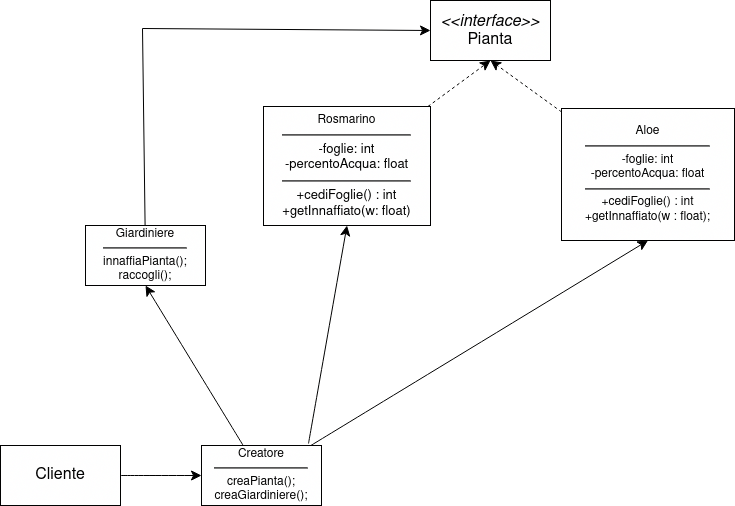
Earlier version of the draw.io export y23-24-ids/programmi/ProjectGarden/plantScheme.drawio.png (belligerentcrow/ids_unict). Source tidied: cells renumbered, new cells last; positions are measured from the earlier drawing's top-left corner, leaving out a move shared by most shapes.
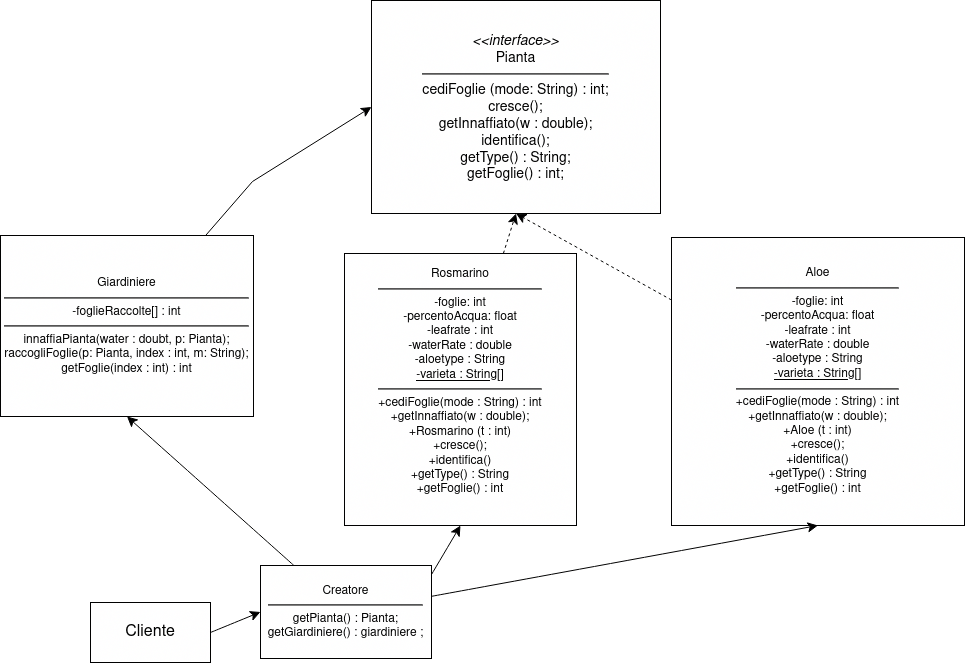
Later version of the same file.

What changed in the source:
```diff
@@ -2,11 +2,11 @@
   <root>
     <mxCell id="0" />
     <mxCell id="1" parent="0" />
-    <mxCell id="2" value="&lt;div&gt;&lt;i&gt;&lt;font style=&quot;font-size: 16px;&quot;&gt;&amp;lt;&amp;lt;interface&amp;gt;&amp;gt;&lt;br&gt;&lt;/font&gt;&lt;/i&gt;&lt;/div&gt;&lt;div&gt;&lt;font style=&quot;font-size: 16px;&quot;&gt;Pianta&lt;/font&gt;&lt;/div&gt;" style="rounded=0;whiteSpace=wrap;html=1;" parent="1" vertex="1">
-      <mxGeometry x="430" width="120" height="60" as="geometry" />
+    <mxCell id="2" value="&lt;div style=&quot;font-size: 14px;&quot;&gt;&lt;font style=&quot;font-size: 14px;&quot;&gt;&lt;i&gt;&lt;font style=&quot;font-size: 14px;&quot;&gt;&amp;lt;&amp;lt;interface&amp;gt;&amp;gt;&lt;br&gt;&lt;/font&gt;&lt;/i&gt;&lt;/font&gt;&lt;/div&gt;&lt;div style=&quot;font-size: 14px;&quot;&gt;&lt;font style=&quot;font-size: 14px;&quot;&gt;Pianta&lt;/font&gt;&lt;/div&gt;&lt;div style=&quot;font-size: 14px;&quot;&gt;&lt;hr&gt;&lt;font style=&quot;font-size: 14px;&quot;&gt;cediFoglie (mode: String) : int;&lt;/font&gt;&lt;/div&gt;&lt;div style=&quot;font-size: 14px;&quot;&gt;&lt;font style=&quot;font-size: 14px;&quot;&gt;cresce();&lt;/font&gt;&lt;/div&gt;&lt;div style=&quot;font-size: 14px;&quot;&gt;&lt;font style=&quot;font-size: 14px;&quot;&gt;getInnaffiato(w : double);&lt;/font&gt;&lt;/div&gt;&lt;div style=&quot;font-size: 14px;&quot;&gt;&lt;font style=&quot;font-size: 14px;&quot;&gt;identifica();&lt;/font&gt;&lt;/div&gt;&lt;div style=&quot;font-size: 14px;&quot;&gt;&lt;font style=&quot;font-size: 14px;&quot;&gt;getType() : String;&lt;/font&gt;&lt;/div&gt;&lt;div style=&quot;font-size: 14px;&quot;&gt;&lt;font style=&quot;font-size: 14px;&quot;&gt;getFoglie() : int;&lt;br&gt;&lt;/font&gt;&lt;/div&gt;" style="rounded=0;whiteSpace=wrap;html=1;" parent="1" vertex="1">
+      <mxGeometry x="261" y="-153" width="289" height="213" as="geometry" />
     </mxCell>
     <mxCell id="3" value="&lt;font style=&quot;font-size: 16px;&quot;&gt;Cliente&lt;/font&gt;" style="rounded=0;whiteSpace=wrap;html=1;" parent="1" vertex="1">
-      <mxGeometry y="445" width="120" height="60" as="geometry" />
+      <mxGeometry x="-20" y="449" width="120" height="60" as="geometry" />
     </mxCell>
     <mxCell id="4" style="endArrow=classic;html=1;rounded=0;fontSize=12;startSize=8;endSize=8;curved=1;entryX=0;entryY=0.5;entryDx=0;entryDy=0;exitX=1;exitY=0.5;exitDx=0;exitDy=0;" parent="1" edge="1" source="3" target="12">
       <mxGeometry relative="1" as="geometry" />
@@ -14,14 +14,14 @@
     <mxCell id="5" style="edgeStyle=none;curved=0;rounded=0;jettySize=auto;html=1;entryX=0.5;entryY=1;entryDx=0;entryDy=0;fontSize=12;startSize=8;endSize=8;dashed=1;" parent="1" edge="1" source="6" target="2">
       <mxGeometry relative="1" as="geometry" />
     </mxCell>
-    <mxCell id="6" value="&lt;div&gt;&lt;font style=&quot;font-size: 12px;&quot;&gt;Rosmarino&lt;/font&gt;&lt;br&gt;&lt;hr&gt;&lt;font style=&quot;font-size: 13px;&quot;&gt;-foglie: int&lt;/font&gt;&lt;/div&gt;&lt;div&gt;&lt;font style=&quot;font-size: 13px;&quot;&gt;-percentoAcqua: float&lt;br&gt;&lt;/font&gt;&lt;/div&gt;&lt;div style=&quot;font-size: 13px;&quot;&gt;&lt;hr&gt;+cediFoglie() : int&lt;font style=&quot;font-size: 13px;&quot;&gt;&lt;br&gt;&lt;/font&gt;&lt;/div&gt;&lt;div style=&quot;font-size: 13px;&quot;&gt;&lt;font style=&quot;font-size: 13px;&quot;&gt;+getInnaffiato(w: float)&lt;br&gt;&lt;/font&gt;&lt;/div&gt;" style="rounded=0;whiteSpace=wrap;html=1;spacing=0;" parent="1" vertex="1">
-      <mxGeometry x="263" y="106" width="167" height="119" as="geometry" />
+    <mxCell id="6" value="&lt;div style=&quot;&quot;&gt;&lt;font style=&quot;font-size: 12px;&quot;&gt;Rosmarino&lt;/font&gt;&lt;br&gt;&lt;div&gt;&lt;hr&gt;&lt;font style=&quot;font-size: 12px;&quot;&gt;-foglie: int&lt;/font&gt;&lt;/div&gt;&lt;div&gt;&lt;font style=&quot;font-size: 12px;&quot;&gt;-percentoAcqua: float&lt;/font&gt;&lt;/div&gt;&lt;div&gt;&lt;font style=&quot;font-size: 12px;&quot;&gt;-leafrate : int&lt;/font&gt;&lt;/div&gt;&lt;div&gt;&lt;font style=&quot;font-size: 12px;&quot;&gt;-waterRate : double&lt;/font&gt;&lt;/div&gt;&lt;div&gt;&lt;font style=&quot;font-size: 12px;&quot;&gt;-aloetype : String&lt;/font&gt;&lt;/div&gt;&lt;div&gt;&lt;font style=&quot;font-size: 12px;&quot;&gt;&lt;u&gt;-varieta : String[]&lt;br&gt;&lt;/u&gt;&lt;/font&gt;&lt;/div&gt;&lt;div&gt;&lt;hr&gt;+cediFoglie(mode : String) : int&lt;font style=&quot;font-size: 12px;&quot;&gt;&lt;br&gt;&lt;/font&gt;&lt;/div&gt;&lt;div&gt;&lt;font style=&quot;font-size: 12px;&quot;&gt;+getInnaffiato(w : double);&lt;br&gt;&lt;/font&gt;&lt;/div&gt;&lt;div&gt;&lt;font style=&quot;font-size: 12px;&quot;&gt;+Rosmarino (t : int)&lt;/font&gt;&lt;/div&gt;&lt;div&gt;&lt;font style=&quot;font-size: 12px;&quot;&gt;+cresce();&lt;/font&gt;&lt;/div&gt;&lt;div&gt;&lt;font style=&quot;font-size: 12px;&quot;&gt;+identifica()&lt;/font&gt;&lt;/div&gt;&lt;div&gt;&lt;font style=&quot;font-size: 12px;&quot;&gt;+getType() : String&lt;/font&gt;&lt;/div&gt;&lt;div&gt;&lt;font style=&quot;font-size: 12px;&quot;&gt;+getFoglie() : int&lt;br&gt;&lt;br&gt;&lt;/font&gt;&lt;/div&gt;&lt;/div&gt;" style="rounded=0;html=1;spacing=0;whiteSpace=wrap;" parent="1" vertex="1">
+      <mxGeometry x="234" y="100" width="232" height="272" as="geometry" />
     </mxCell>
     <mxCell id="7" style="edgeStyle=none;curved=1;rounded=0;jettySize=auto;html=1;entryX=0.5;entryY=1;entryDx=0;entryDy=0;fontSize=12;startSize=8;endSize=8;dashed=1;" parent="1" edge="1" source="8" target="2">
       <mxGeometry relative="1" as="geometry" />
     </mxCell>
-    <mxCell id="8" value="&lt;div&gt;&lt;font style=&quot;font-size: 12px;&quot;&gt;Aloe&lt;br&gt;&lt;/font&gt;&lt;/div&gt;&lt;div&gt;&lt;hr&gt;&lt;font style=&quot;font-size: 12px;&quot;&gt;-foglie: int&lt;/font&gt;&lt;/div&gt;&lt;div&gt;&lt;font style=&quot;font-size: 12px;&quot;&gt;-percentoAcqua: float&lt;br&gt;&lt;/font&gt;&lt;/div&gt;&lt;div&gt;&lt;hr&gt;+cediFoglie() : int&lt;font style=&quot;font-size: 12px;&quot;&gt;&lt;br&gt;&lt;/font&gt;&lt;/div&gt;&lt;div&gt;&lt;font style=&quot;font-size: 12px;&quot;&gt;+getInnaffiato(w : float);&lt;br&gt;&lt;/font&gt;&lt;/div&gt;" style="rounded=0;whiteSpace=wrap;html=1;spacing=0;" parent="1" vertex="1">
-      <mxGeometry x="561" y="108" width="173" height="132" as="geometry" />
+    <mxCell id="8" value="&lt;div&gt;&lt;font style=&quot;font-size: 12px;&quot;&gt;Aloe&lt;br&gt;&lt;/font&gt;&lt;/div&gt;&lt;div&gt;&lt;hr&gt;&lt;font style=&quot;font-size: 12px;&quot;&gt;-foglie: int&lt;/font&gt;&lt;/div&gt;&lt;div&gt;&lt;font style=&quot;font-size: 12px;&quot;&gt;-percentoAcqua: float&lt;/font&gt;&lt;/div&gt;&lt;div&gt;&lt;font style=&quot;font-size: 12px;&quot;&gt;-leafrate : int&lt;/font&gt;&lt;/div&gt;&lt;div&gt;&lt;font style=&quot;font-size: 12px;&quot;&gt;-waterRate : double&lt;/font&gt;&lt;/div&gt;&lt;div&gt;&lt;font style=&quot;font-size: 12px;&quot;&gt;-aloetype : String&lt;/font&gt;&lt;/div&gt;&lt;div&gt;&lt;font style=&quot;font-size: 12px;&quot;&gt;&lt;u&gt;-varieta : String[]&lt;br&gt;&lt;/u&gt;&lt;/font&gt;&lt;/div&gt;&lt;div&gt;&lt;hr&gt;+cediFoglie(mode : String) : int&lt;font style=&quot;font-size: 12px;&quot;&gt;&lt;br&gt;&lt;/font&gt;&lt;/div&gt;&lt;div&gt;&lt;font style=&quot;font-size: 12px;&quot;&gt;+getInnaffiato(w : double);&lt;br&gt;&lt;/font&gt;&lt;/div&gt;&lt;div&gt;&lt;font style=&quot;font-size: 12px;&quot;&gt;+Aloe (t : int)&lt;/font&gt;&lt;/div&gt;&lt;div&gt;&lt;font style=&quot;font-size: 12px;&quot;&gt;+cresce();&lt;/font&gt;&lt;/div&gt;&lt;div&gt;&lt;font style=&quot;font-size: 12px;&quot;&gt;+identifica()&lt;/font&gt;&lt;/div&gt;&lt;div&gt;&lt;font style=&quot;font-size: 12px;&quot;&gt;+getType() : String&lt;/font&gt;&lt;/div&gt;&lt;div&gt;&lt;font style=&quot;font-size: 12px;&quot;&gt;+getFoglie() : int&lt;/font&gt;&lt;/div&gt;" style="rounded=0;whiteSpace=wrap;html=1;spacing=0;" parent="1" vertex="1">
+      <mxGeometry x="561" y="84" width="293" height="288" as="geometry" />
     </mxCell>
     <mxCell id="9" style="edgeStyle=none;curved=1;rounded=0;jettySize=auto;html=1;fontSize=12;startSize=8;endSize=8;entryX=0.5;entryY=1;entryDx=0;entryDy=0;" parent="1" edge="1" source="12" target="14">
       <mxGeometry relative="1" as="geometry" />
@@ -34,8 +34,8 @@
     <mxCell id="11" style="edgeStyle=none;curved=1;rounded=0;jettySize=auto;html=1;entryX=0.5;entryY=1;entryDx=0;entryDy=0;fontSize=12;startSize=8;endSize=8;" parent="1" edge="1" source="12" target="8">
       <mxGeometry relative="1" as="geometry" />
     </mxCell>
-    <mxCell id="12" value="&lt;div&gt;Creatore&lt;/div&gt;&lt;div&gt;&lt;hr&gt;creaPianta();&lt;/div&gt;&lt;div&gt;creaGiardiniere();&lt;br&gt;&lt;/div&gt;" style="rounded=0;whiteSpace=wrap;html=1;" parent="1" vertex="1">
-      <mxGeometry x="201" y="445" width="120" height="60" as="geometry" />
+    <mxCell id="12" value="&lt;div&gt;Creatore&lt;/div&gt;&lt;div&gt;&lt;hr&gt;getPianta() : Pianta;&lt;/div&gt;&lt;div&gt;getGiardiniere() : giardiniere ;&lt;br&gt;&lt;/div&gt;" style="rounded=0;whiteSpace=wrap;html=1;" parent="1" vertex="1">
+      <mxGeometry x="150" y="412" width="171" height="93" as="geometry" />
     </mxCell>
     <mxCell id="13" style="edgeStyle=none;curved=0;rounded=0;jettySize=auto;html=1;entryX=0;entryY=0.5;entryDx=0;entryDy=0;fontSize=12;startSize=8;endSize=8;" parent="1" edge="1" source="14" target="2">
       <mxGeometry relative="1" as="geometry">
@@ -44,8 +44,8 @@
         </Array>
       </mxGeometry>
     </mxCell>
-    <mxCell id="14" value="&lt;div&gt;Giardiniere&lt;/div&gt;&lt;div&gt;&lt;hr&gt;innaffiaPianta();&lt;br&gt;&lt;/div&gt;&lt;div&gt;raccogli();&lt;br&gt;&lt;/div&gt;" style="rounded=0;whiteSpace=wrap;html=1;" parent="1" vertex="1">
-      <mxGeometry x="85" y="225" width="120" height="60" as="geometry" />
+    <mxCell id="14" value="&lt;div&gt;Giardiniere&lt;/div&gt;&lt;div&gt;&lt;hr&gt;&lt;/div&gt;&lt;div&gt;-foglieRaccolte[] : int&lt;br&gt;&lt;/div&gt;&lt;div&gt;&lt;hr&gt;innaffiaPianta(water : doubt, p: Pianta);&lt;br&gt;&lt;/div&gt;&lt;div&gt;raccogliFoglie(p: Pianta, index : int, m: String);&lt;/div&gt;&lt;div&gt;getFoglie(index : int) : int&lt;br&gt;&lt;/div&gt;" style="rounded=0;whiteSpace=wrap;html=1;" parent="1" vertex="1">
+      <mxGeometry x="-110" y="82" width="253" height="181" as="geometry" />
     </mxCell>
   </root>
 </mxGraphModel>
```
